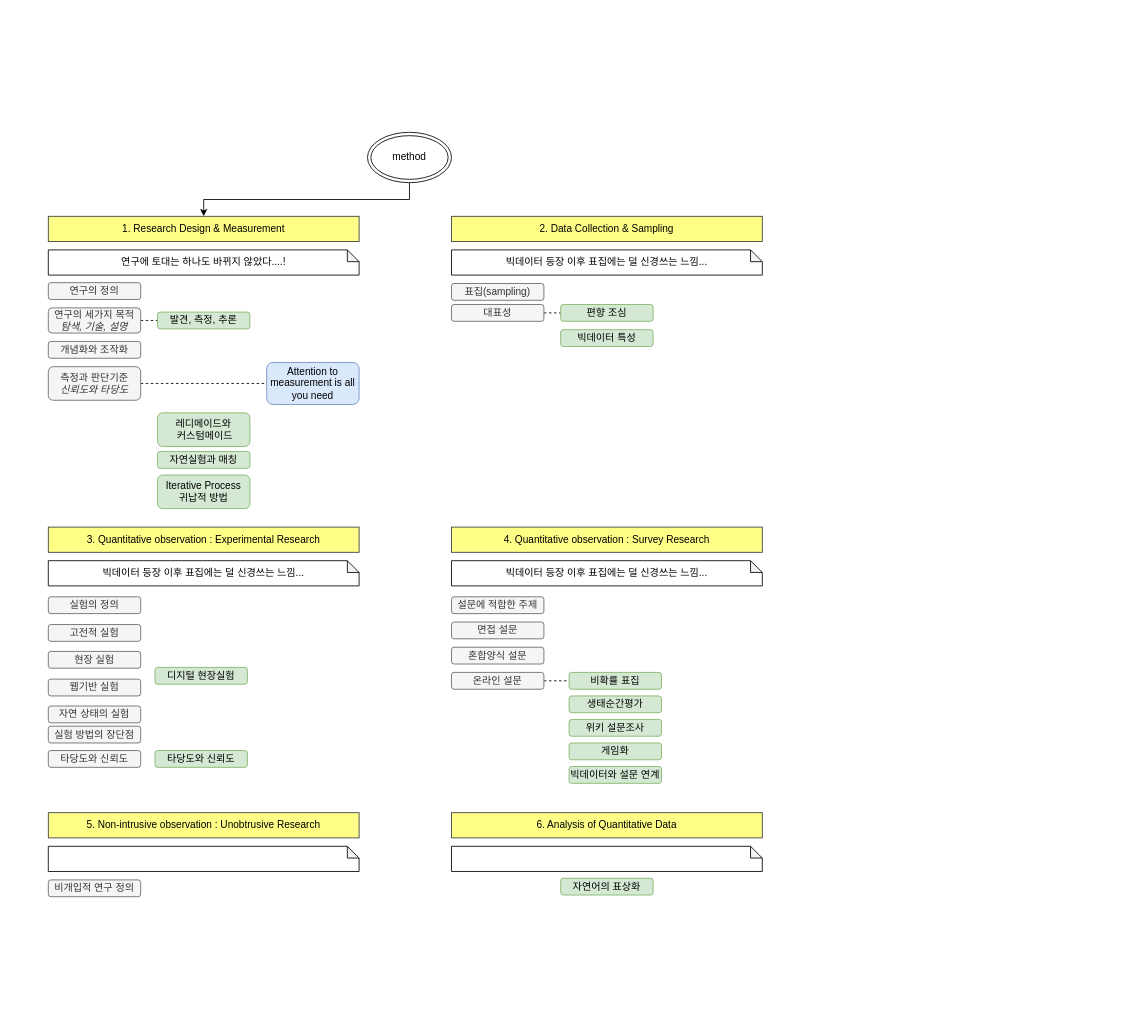
This is method.drawio from myokyunghan/drawio_for_qual, a draw.io file, before an edit. Source tidied: cells renumbered, new cells numbered last; positions are measured from the earlier drawing's top-left corner, leaving out a move shared by most shapes. Both pictures are drawn from the tidied source at 84%, with x=0, y=0 at pixel (48, 132).
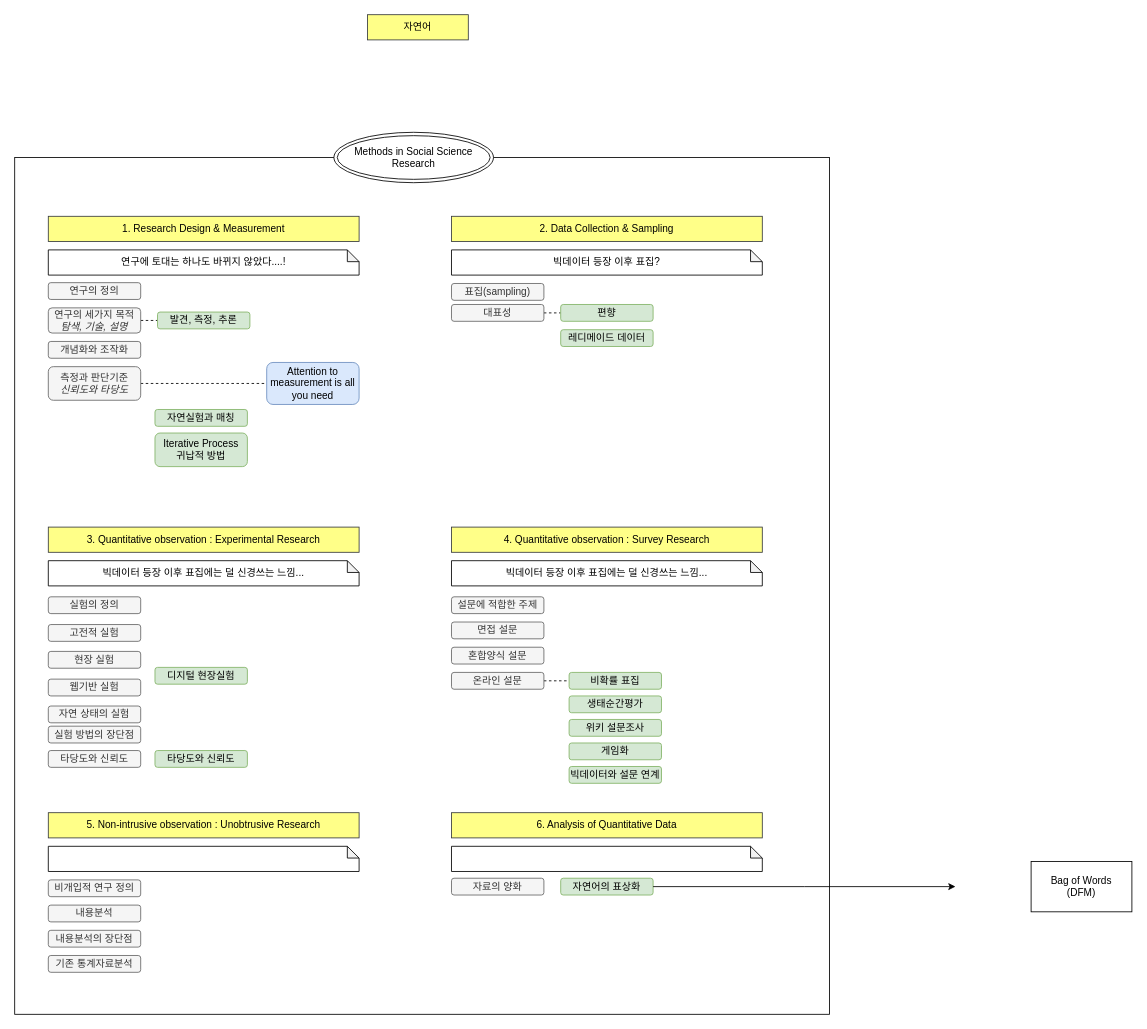
Above is the later version.

Unchanged cells that the change refers to:
```xml
<mxCell id="4" value="1. Research Design &amp;amp;&amp;nbsp;&lt;span style=&quot;background-color: transparent; color: light-dark(#000000, var(--ge-light-color, #ffffff));&quot;&gt;Measurement&lt;/span&gt;" style="rounded=0;whiteSpace=wrap;html=1;fillColor=#ffff88;strokeColor=#36393d;" parent="1" vertex="1">
  <mxGeometry y="100" width="370" height="30" as="geometry" />
</mxCell>
<mxCell id="49" value="자연어의 표상화" style="rounded=1;whiteSpace=wrap;html=1;roundedPerimeter=1;fillColor=#d5e8d4;strokeColor=#82b366;" parent="1" vertex="1">
  <mxGeometry x="610" y="888" width="110" height="20" as="geometry" />
</mxCell>
```

Change to the diagram source:
```diff
@@
-    <mxCell id="2" style="edgeStyle=orthogonalEdgeStyle;rounded=0;jettySize=auto;html=1;exitX=0.5;exitY=1;exitDx=0;exitDy=0;entryX=0.5;entryY=0;entryDx=0;entryDy=0;defaultLabelBackgroundColor=page;" parent="1" edge="1" source="3" target="4">
-      <mxGeometry relative="1" as="geometry" />
-    </mxCell>
+    <mxCell id="53" style="rounded=0;whiteSpace=wrap;html=1;fillColor=none;" parent="1" vertex="1">
+      <mxGeometry x="-40" y="30" width="970" height="1020" as="geometry" />
+    </mxCell>
-    <mxCell id="3" value="method" style="ellipse;shape=doubleEllipse;whiteSpace=wrap;html=1;" parent="1" vertex="1">
-      <mxGeometry x="380" width="100" height="60" as="geometry" />
+    <mxCell id="3" value="Methods in Social Science Research" style="ellipse;shape=doubleEllipse;whiteSpace=wrap;html=1;" parent="1" vertex="1">
+      <mxGeometry x="340" width="190" height="60" as="geometry" />
     </mxCell>
@@
-    <mxCell id="17" value="레디메이드와&lt;div&gt;&amp;nbsp;커스텀메이드&lt;/div&gt;" style="rounded=1;whiteSpace=wrap;html=1;roundedPerimeter=1;fillColor=#d5e8d4;strokeColor=#82b366;" parent="1" vertex="1">
-      <mxGeometry x="130" y="334" width="110" height="40" as="geometry" />
-    </mxCell>
     <mxCell id="18" value="Iterative Process&lt;div&gt;귀납적 방법&lt;/div&gt;" style="rounded=1;whiteSpace=wrap;html=1;roundedPerimeter=1;fillColor=#d5e8d4;strokeColor=#82b366;" parent="1" vertex="1">
-      <mxGeometry x="130" y="408" width="110" height="40" as="geometry" />
+      <mxGeometry x="127" y="358" width="110" height="40" as="geometry" />
     </mxCell>
@@
-    <mxCell id="22" value="빅데이터 특성" style="rounded=1;whiteSpace=wrap;html=1;roundedPerimeter=1;fillColor=#d5e8d4;strokeColor=#82b366;" parent="1" vertex="1">
+    <mxCell id="22" value="레디메이드 데이터" style="rounded=1;whiteSpace=wrap;html=1;roundedPerimeter=1;fillColor=#d5e8d4;strokeColor=#82b366;" parent="1" vertex="1">
       <mxGeometry x="610" y="235" width="110" height="20" as="geometry" />
     </mxCell>
@@
     <mxCell id="24" value="자연실험과 매칭" style="rounded=1;whiteSpace=wrap;html=1;roundedPerimeter=1;fillColor=#d5e8d4;strokeColor=#82b366;" parent="1" vertex="1">
-      <mxGeometry x="130" y="380" width="110" height="20" as="geometry" />
+      <mxGeometry x="127" y="330" width="110" height="20" as="geometry" />
     </mxCell>
@@
-    <mxCell id="28" value="편향 조심" style="rounded=1;whiteSpace=wrap;html=1;roundedPerimeter=1;fillColor=#d5e8d4;strokeColor=#82b366;" parent="1" vertex="1">
+    <mxCell id="28" value="편향" style="rounded=1;whiteSpace=wrap;html=1;roundedPerimeter=1;fillColor=#d5e8d4;strokeColor=#82b366;" parent="1" vertex="1">
       <mxGeometry x="610" y="205" width="110" height="20" as="geometry" />
     </mxCell>
-    <mxCell id="29" value="빅데이터 등장 이후 표집에는 덜 신경쓰는 느낌..." style="shape=note;whiteSpace=wrap;html=1;backgroundOutline=1;darkOpacity=0.05;size=14;" parent="1" vertex="1">
+    <mxCell id="29" value="빅데이터 등장 이후 표집?" style="shape=note;whiteSpace=wrap;html=1;backgroundOutline=1;darkOpacity=0.05;size=14;" parent="1" vertex="1">
       <mxGeometry x="480" y="140" width="370" height="30" as="geometry" />
     </mxCell>
@@
+    <mxCell id="54" style="edgeStyle=orthogonalEdgeStyle;rounded=0;jettySize=auto;html=1;exitX=1;exitY=0.5;exitDx=0;exitDy=0;entryX=0;entryY=0.5;entryDx=0;entryDy=0;defaultLabelBackgroundColor=page;labelPadding=0 4;" parent="1" edge="1" source="49">
+      <mxGeometry relative="1" as="geometry">
+        <mxPoint x="1080" y="898" as="targetPoint" />
+      </mxGeometry>
+    </mxCell>
@@
+    <mxCell id="55" value="내용분석" style="rounded=1;whiteSpace=wrap;html=1;roundedPerimeter=1;fillColor=#f5f5f5;fontColor=#333333;strokeColor=#666666;" parent="1" vertex="1">
+      <mxGeometry y="920" width="110" height="20" as="geometry" />
+    </mxCell>
+    <mxCell id="56" value="내용분석의 장단점" style="rounded=1;whiteSpace=wrap;html=1;roundedPerimeter=1;fillColor=#f5f5f5;fontColor=#333333;strokeColor=#666666;" parent="1" vertex="1">
+      <mxGeometry y="950" width="110" height="20" as="geometry" />
+    </mxCell>
+    <mxCell id="57" value="기존 통계자료분석" style="rounded=1;whiteSpace=wrap;html=1;roundedPerimeter=1;fillColor=#f5f5f5;fontColor=#333333;strokeColor=#666666;" parent="1" vertex="1">
+      <mxGeometry y="980" width="110" height="20" as="geometry" />
+    </mxCell>
+    <mxCell id="58" value="자료의 양화" style="rounded=1;whiteSpace=wrap;html=1;roundedPerimeter=1;fillColor=#f5f5f5;fontColor=#333333;strokeColor=#666666;" parent="1" vertex="1">
+      <mxGeometry x="480" y="888" width="110" height="20" as="geometry" />
+    </mxCell>
+    <mxCell id="59" value="자연어" style="rounded=0;whiteSpace=wrap;html=1;fillColor=#ffff88;strokeColor=#36393d;" parent="1" vertex="1">
+      <mxGeometry x="380" y="-140" width="120" height="30" as="geometry" />
+    </mxCell>
+    <mxCell id="60" value="Bag of Words&lt;div&gt;(DFM)&lt;/div&gt;" style="rounded=0;whiteSpace=wrap;html=1;" parent="1" vertex="1">
+      <mxGeometry x="1170" y="868" width="120" height="60" as="geometry" />
+    </mxCell>
```
